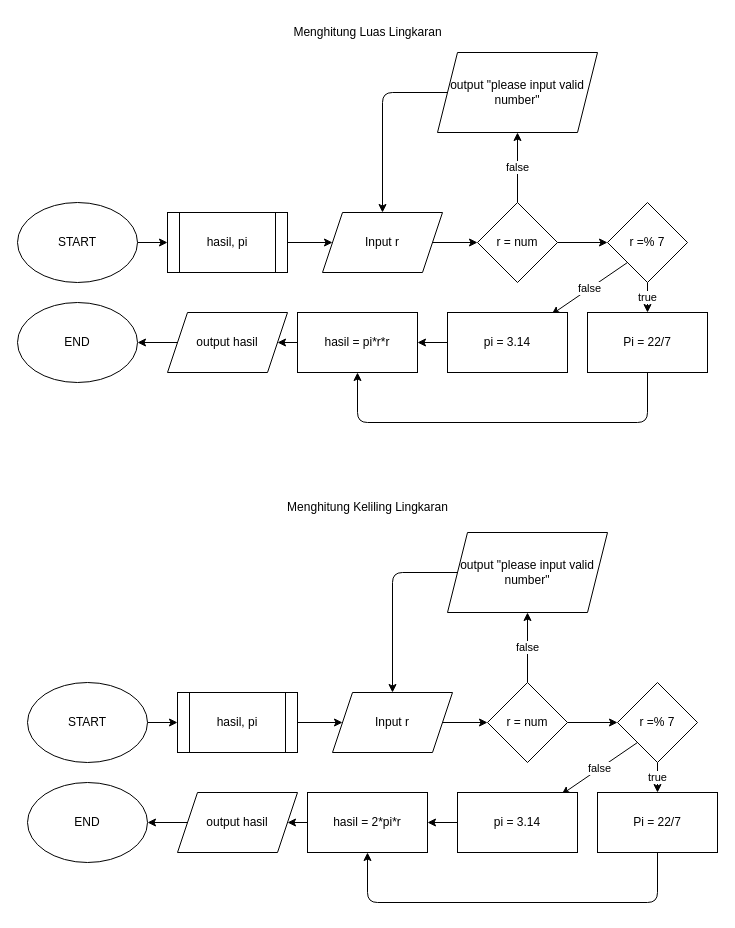
The draw.io diagram page "Luas dan Keliling Lingkaran" (1 of 2) of 5-flowcart lingkaran & dadu.drawio in patih1/fwg17-computer-science, before the edit. Source tidied: cells renumbered, new cells numbered last; positions are measured from the earlier drawing's top-left corner, leaving out a move shared by most shapes. Both pictures are drawn from the tidied source at 100%, with x=0, y=0 at pixel (17, 17).
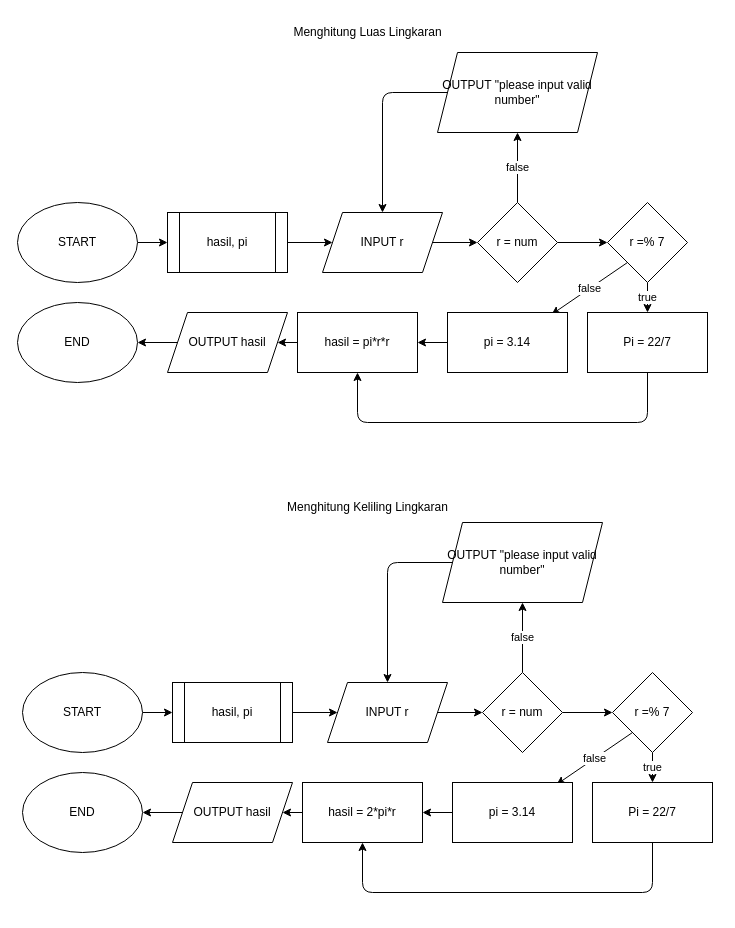
The same diagram, later.

Change to the diagram source:
```diff
@@
-    <mxCell id="5" value="Input r" style="shape=parallelogram;perimeter=parallelogramPerimeter;whiteSpace=wrap;html=1;fixedSize=1;" parent="1" vertex="1">
+    <mxCell id="5" value="INPUT r" style="shape=parallelogram;perimeter=parallelogramPerimeter;whiteSpace=wrap;html=1;fixedSize=1;" parent="1" vertex="1">
       <mxGeometry x="305" y="195" width="120" height="60" as="geometry" />
     </mxCell>
@@
-    <mxCell id="12" value="output &quot;please input valid number&quot;" style="shape=parallelogram;perimeter=parallelogramPerimeter;whiteSpace=wrap;html=1;fixedSize=1;" parent="1" vertex="1">
+    <mxCell id="12" value="OUTPUT &quot;please input valid number&quot;" style="shape=parallelogram;perimeter=parallelogramPerimeter;whiteSpace=wrap;html=1;fixedSize=1;" parent="1" vertex="1">
       <mxGeometry x="420" y="35" width="160" height="80" as="geometry" />
     </mxCell>
@@
-    <mxCell id="23" value="output hasil" style="shape=parallelogram;perimeter=parallelogramPerimeter;whiteSpace=wrap;html=1;fixedSize=1;" parent="1" vertex="1">
+    <mxCell id="23" value="OUTPUT hasil" style="shape=parallelogram;perimeter=parallelogramPerimeter;whiteSpace=wrap;html=1;fixedSize=1;" parent="1" vertex="1">
       <mxGeometry x="150" y="295" width="120" height="60" as="geometry" />
     </mxCell>
@@
+    <mxCell id="48" value="Menghitung Luas Lingkaran" style="text;html=1;align=center;verticalAlign=middle;strokeColor=none;fillColor=none;" parent="1" vertex="1">
+      <mxGeometry x="265" width="170" height="30" as="geometry" />
+    </mxCell>
+    <mxCell id="49" value="Menghitung Keliling Lingkaran" style="text;html=1;align=center;verticalAlign=middle;strokeColor=none;fillColor=none;" parent="1" vertex="1">
+      <mxGeometry x="260" y="475" width="180" height="30" as="geometry" />
+    </mxCell>
@@
     <mxCell id="26" value="START" style="ellipse;whiteSpace=wrap;html=1;" parent="1" vertex="1">
-      <mxGeometry x="10" y="665" width="120" height="80" as="geometry" />
+      <mxGeometry x="5" y="655" width="120" height="80" as="geometry" />
     </mxCell>
-    <mxCell id="27" style="edgeStyle=none;html=1;" parent="1" edge="1" source="28" target="33">
-      <mxGeometry relative="1" as="geometry" />
-    </mxCell>
-    <mxCell id="28" value="Input r" style="shape=parallelogram;perimeter=parallelogramPerimeter;whiteSpace=wrap;html=1;fixedSize=1;" parent="1" vertex="1">
-      <mxGeometry x="315" y="675" width="120" height="60" as="geometry" />
-    </mxCell>
-    <mxCell id="29" style="edgeStyle=none;html=1;" parent="1" edge="1" source="30" target="28">
-      <mxGeometry relative="1" as="geometry" />
-    </mxCell>
+    <mxCell id="50" style="edgeStyle=none;html=1;" parent="1" edge="1" source="51" target="33">
+      <mxGeometry relative="1" as="geometry" />
+    </mxCell>
+    <mxCell id="51" value="INPUT r" style="shape=parallelogram;perimeter=parallelogramPerimeter;whiteSpace=wrap;html=1;fixedSize=1;" parent="1" vertex="1">
+      <mxGeometry x="310" y="665" width="120" height="60" as="geometry" />
+    </mxCell>
+    <mxCell id="52" style="edgeStyle=none;html=1;" parent="1" edge="1" source="30" target="51">
+      <mxGeometry relative="1" as="geometry" />
+    </mxCell>
     <mxCell id="30" value="hasil, pi" style="shape=process;whiteSpace=wrap;html=1;backgroundOutline=1;" parent="1" vertex="1">
-      <mxGeometry x="160" y="675" width="120" height="60" as="geometry" />
+      <mxGeometry x="155" y="665" width="120" height="60" as="geometry" />
     </mxCell>
-    <mxCell id="31" value="false" style="edgeStyle=none;html=1;" parent="1" edge="1" source="33" target="35">
+    <mxCell id="31" value="false" style="edgeStyle=none;html=1;" parent="1" edge="1" source="33" target="54">
       <mxGeometry relative="1" as="geometry" />
     </mxCell>
@@
     <mxCell id="33" value="r = num" style="rhombus;whiteSpace=wrap;html=1;" parent="1" vertex="1">
-      <mxGeometry x="470" y="665" width="80" height="80" as="geometry" />
+      <mxGeometry x="465" y="655" width="80" height="80" as="geometry" />
     </mxCell>
-    <mxCell id="34" style="edgeStyle=none;html=1;exitX=0;exitY=0.5;exitDx=0;exitDy=0;entryX=0.5;entryY=0;entryDx=0;entryDy=0;" parent="1" edge="1" source="35" target="28">
-      <mxGeometry relative="1" as="geometry">
-        <Array as="points">
-          <mxPoint x="375" y="555" />
-        </Array>
-      </mxGeometry>
-    </mxCell>
-    <mxCell id="35" value="output &quot;please input valid number&quot;" style="shape=parallelogram;perimeter=parallelogramPerimeter;whiteSpace=wrap;html=1;fixedSize=1;" parent="1" vertex="1">
-      <mxGeometry x="430" y="515" width="160" height="80" as="geometry" />
-    </mxCell>
+    <mxCell id="53" style="edgeStyle=none;html=1;exitX=0;exitY=0.5;exitDx=0;exitDy=0;entryX=0.5;entryY=0;entryDx=0;entryDy=0;" parent="1" edge="1" source="54" target="51">
+      <mxGeometry relative="1" as="geometry">
+        <Array as="points">
+          <mxPoint x="370" y="545" />
+        </Array>
+      </mxGeometry>
+    </mxCell>
+    <mxCell id="54" value="OUTPUT &quot;please input valid number&quot;" style="shape=parallelogram;perimeter=parallelogramPerimeter;whiteSpace=wrap;html=1;fixedSize=1;" parent="1" vertex="1">
+      <mxGeometry x="425" y="505" width="160" height="80" as="geometry" />
+    </mxCell>
@@
     <mxCell id="38" value="r =% 7" style="rhombus;whiteSpace=wrap;html=1;" parent="1" vertex="1">
-      <mxGeometry x="600" y="665" width="80" height="80" as="geometry" />
+      <mxGeometry x="595" y="655" width="80" height="80" as="geometry" />
     </mxCell>
     <mxCell id="39" style="edgeStyle=none;html=1;exitX=0.5;exitY=1;exitDx=0;exitDy=0;entryX=0.5;entryY=1;entryDx=0;entryDy=0;" parent="1" edge="1" source="40" target="44">
       <mxGeometry relative="1" as="geometry">
         <Array as="points">
-          <mxPoint x="640" y="885" />
-          <mxPoint x="350" y="885" />
+          <mxPoint x="635" y="875" />
+          <mxPoint x="345" y="875" />
         </Array>
       </mxGeometry>
     </mxCell>
     <mxCell id="40" value="Pi = 22/7" style="whiteSpace=wrap;html=1;" parent="1" vertex="1">
-      <mxGeometry x="580" y="775" width="120" height="60" as="geometry" />
+      <mxGeometry x="575" y="765" width="120" height="60" as="geometry" />
     </mxCell>
@@
     <mxCell id="42" value="pi = 3.14" style="rounded=0;whiteSpace=wrap;html=1;" parent="1" vertex="1">
-      <mxGeometry x="440" y="775" width="120" height="60" as="geometry" />
+      <mxGeometry x="435" y="765" width="120" height="60" as="geometry" />
     </mxCell>
-    <mxCell id="43" style="edgeStyle=none;html=1;exitX=0;exitY=0.5;exitDx=0;exitDy=0;" parent="1" edge="1" source="44" target="46">
-      <mxGeometry relative="1" as="geometry" />
-    </mxCell>
+    <mxCell id="55" style="edgeStyle=none;html=1;exitX=0;exitY=0.5;exitDx=0;exitDy=0;" parent="1" edge="1" source="44" target="57">
+      <mxGeometry relative="1" as="geometry" />
+    </mxCell>
     <mxCell id="44" value="hasil = 2*pi*r" style="rounded=0;whiteSpace=wrap;html=1;" parent="1" vertex="1">
-      <mxGeometry x="290" y="775" width="120" height="60" as="geometry" />
+      <mxGeometry x="285" y="765" width="120" height="60" as="geometry" />
     </mxCell>
-    <mxCell id="45" style="edgeStyle=none;html=1;" parent="1" edge="1" source="46" target="47">
-      <mxGeometry relative="1" as="geometry" />
-    </mxCell>
-    <mxCell id="46" value="output hasil" style="shape=parallelogram;perimeter=parallelogramPerimeter;whiteSpace=wrap;html=1;fixedSize=1;" parent="1" vertex="1">
-      <mxGeometry x="160" y="775" width="120" height="60" as="geometry" />
-    </mxCell>
+    <mxCell id="56" style="edgeStyle=none;html=1;" parent="1" edge="1" source="57" target="47">
+      <mxGeometry relative="1" as="geometry" />
+    </mxCell>
+    <mxCell id="57" value="OUTPUT hasil" style="shape=parallelogram;perimeter=parallelogramPerimeter;whiteSpace=wrap;html=1;fixedSize=1;" parent="1" vertex="1">
+      <mxGeometry x="155" y="765" width="120" height="60" as="geometry" />
+    </mxCell>
     <mxCell id="47" value="END" style="ellipse;whiteSpace=wrap;html=1;" parent="1" vertex="1">
-      <mxGeometry x="10" y="765" width="120" height="80" as="geometry" />
+      <mxGeometry x="5" y="755" width="120" height="80" as="geometry" />
     </mxCell>
-    <mxCell id="48" value="Menghitung Luas Lingkaran" style="text;html=1;align=center;verticalAlign=middle;strokeColor=none;fillColor=none;" parent="1" vertex="1">
-      <mxGeometry x="265" width="170" height="30" as="geometry" />
-    </mxCell>
-    <mxCell id="49" value="Menghitung Keliling Lingkaran" style="text;html=1;align=center;verticalAlign=middle;strokeColor=none;fillColor=none;" parent="1" vertex="1">
-      <mxGeometry x="260" y="475" width="180" height="30" as="geometry" />
-    </mxCell>
```
